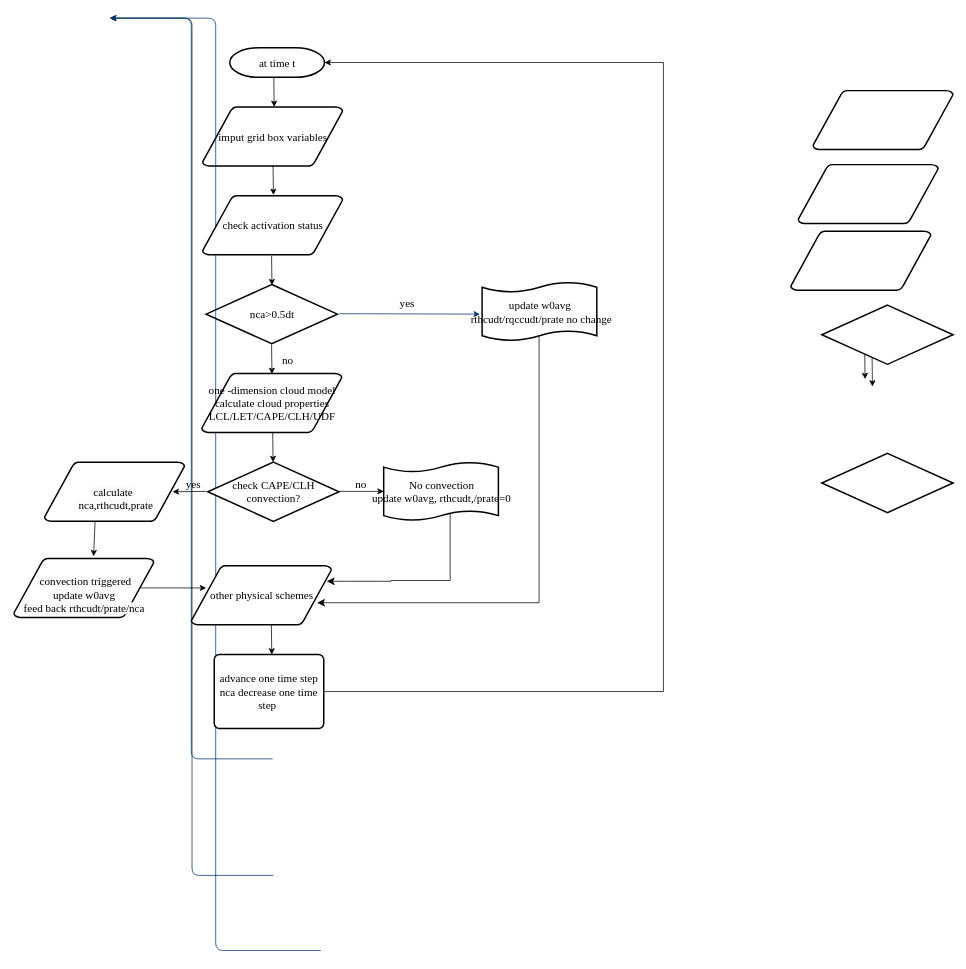
yuxing79/weather keeps this draw.io diagram as mskf-flowchart01.drawio. Above is the earlier version. Source tidied: cells renumbered, new cells numbered last; positions are measured from the earlier drawing's top-left corner, leaving out a move shared by most shapes. Both pictures are drawn from the tidied source at 74%, with x=0, y=0 at pixel (13, 18).
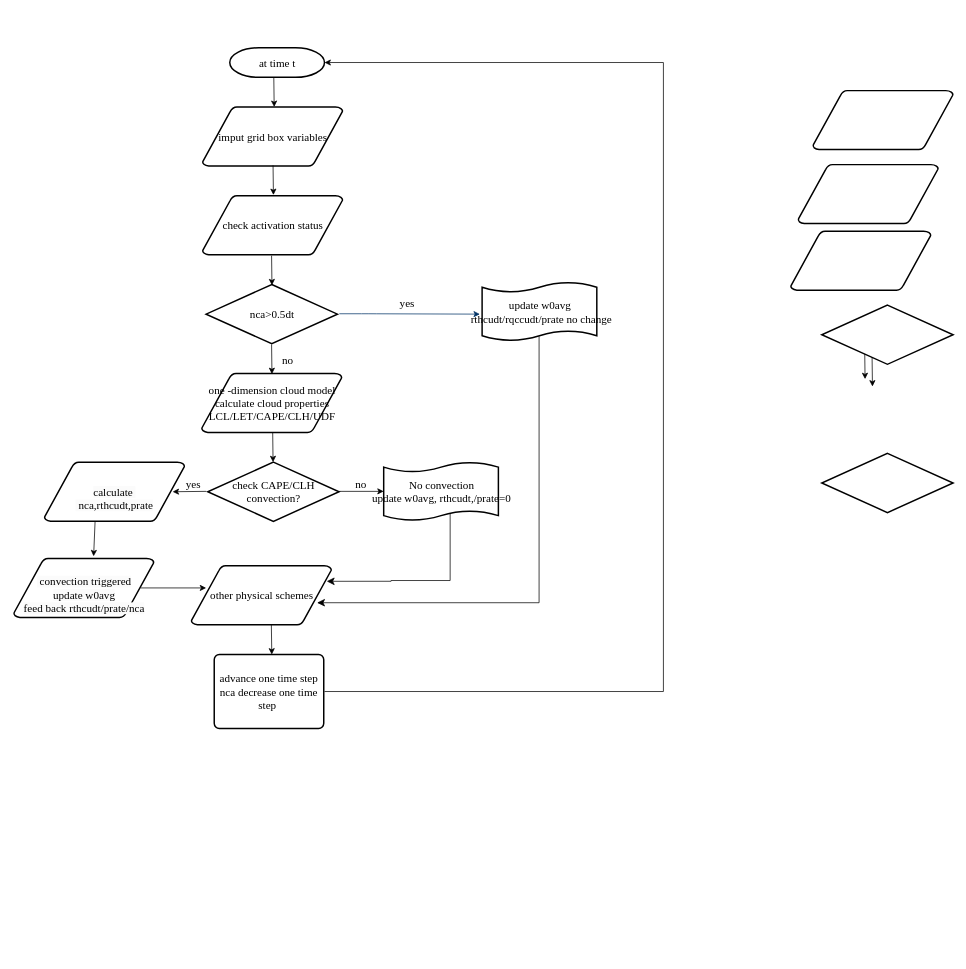
Above is the later version.

The edit, as a diff of the source:
```diff
@@
-    <mxCell id="7" style="edgeStyle=elbowEdgeStyle;elbow=horizontal;exitX=0.5;exitY=0.9;exitPerimeter=0;fontStyle=1;strokeColor=#003366;strokeWidth=1;html=1;" parent="1" edge="1">
-      <mxGeometry as="geometry">
-        <mxPoint x="350" y="1001" as="sourcePoint" />
-        <mxPoint x="130" as="targetPoint" />
-      </mxGeometry>
-    </mxCell>
-    <mxCell id="8" style="edgeStyle=elbowEdgeStyle;elbow=horizontal;exitX=0.5;exitY=1;exitPerimeter=0;fontStyle=1;strokeColor=#003366;strokeWidth=1;html=1;" parent="1" edge="1">
-      <mxGeometry as="geometry">
-        <mxPoint x="351" y="1158.5" as="sourcePoint" />
-        <mxPoint x="130" as="targetPoint" />
-      </mxGeometry>
-    </mxCell>
-    <mxCell id="9" style="edgeStyle=elbowEdgeStyle;elbow=horizontal;exitX=1;exitY=0.5;exitPerimeter=0;entryX=0;entryY=0.5;entryPerimeter=0;fontStyle=1;strokeColor=#003366;strokeWidth=1;html=1;" parent="1" edge="1">
-      <mxGeometry as="geometry">
-        <mxPoint x="415" y="1260" as="sourcePoint" />
-        <mxPoint x="130" as="targetPoint" />
-      </mxGeometry>
-    </mxCell>
```
